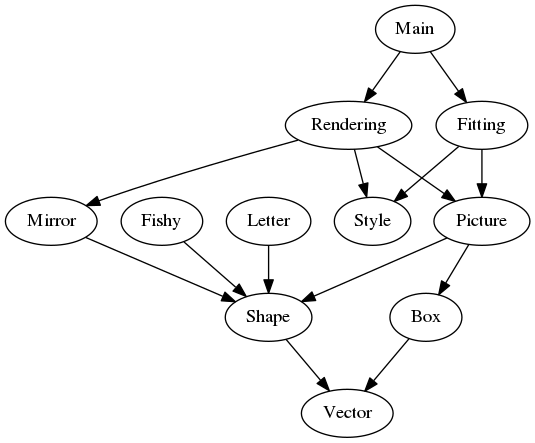
Earlier version of the Graphviz export docs/image/dependencies.png (fifth-postulate/esche.rb). Its source is kept beside it as dependencies.dot.
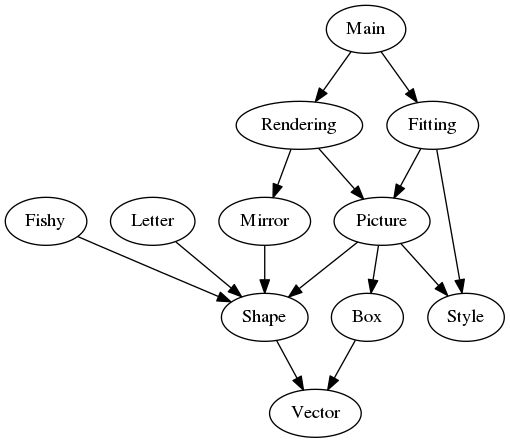
After the commit.

Commit message:
Include dependency of Style in Picture

What changed in the source:
```diff
@@ -5,5 +5,6 @@
   Letter -> Shape;
   Fitting -> Picture -> Box -> Vector;
   Main -> Fitting -> Style;
-  Main -> Rendering -> Style;
+  Main -> Rendering;
+  Picture -> Style;
 }
```
